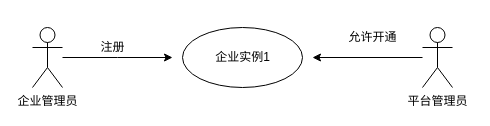
The draw.io diagram page "ent_account_open_00" (1 of 2) of src/home/xiaodan/ent_account.drawio in ab-doc/draw.io, before the edit. Source tidied: cells renumbered, new cells numbered last; positions are measured from the earlier drawing's top-left corner, leaving out a move shared by most shapes. Both pictures are drawn from the tidied source at 100%, with x=0, y=0 at pixel (32, 27).
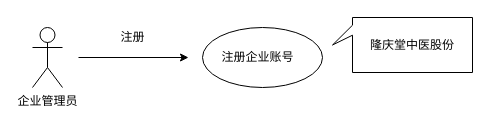
The same page after the edit.

What changed in the source:
```diff
@@
 <mxGraphModel>
   <root>
     <mxCell id="0" />
     <mxCell id="1" parent="0" />
-    <mxCell id="2" style="edgeStyle=orthogonalEdgeStyle;rounded=0;jettySize=auto;html=1;" parent="1" edge="1" source="3">
+    <mxCell id="2" style="edgeStyle=orthogonalEdgeStyle;rounded=0;orthogonalLoop=1;jettySize=auto;html=1;" parent="1" edge="1">
       <mxGeometry relative="1" as="geometry">
-        <mxPoint x="140" y="30" as="targetPoint" />
+        <mxPoint x="46" y="30" as="sourcePoint" />
+        <mxPoint x="156" y="30" as="targetPoint" />
       </mxGeometry>
     </mxCell>
     <mxCell id="3" value="企业管理员" style="shape=umlActor;verticalLabelPosition=bottom;verticalAlign=top;html=1;" parent="1" vertex="1">
       <mxGeometry width="30" height="60" as="geometry" />
     </mxCell>
     <mxCell id="4" style="ellipse;whiteSpace=wrap;html=1;verticalAlign=top;" parent="1" vertex="1">
-      <mxGeometry x="150" width="120" height="60" as="geometry" />
+      <mxGeometry x="170" width="120" height="60" as="geometry" />
     </mxCell>
-    <mxCell id="5" value="企业实例1" style="text;html=1;align=center;verticalAlign=middle;strokeColor=none;fillColor=none;" parent="1" vertex="1">
-      <mxGeometry x="175" y="20" width="70" height="20" as="geometry" />
-    </mxCell>
-    <mxCell id="6" style="edgeStyle=orthogonalEdgeStyle;rounded=0;jettySize=auto;html=1;" parent="1" edge="1" source="7">
-      <mxGeometry relative="1" as="geometry">
-        <mxPoint x="280" y="30" as="targetPoint" />
-      </mxGeometry>
-    </mxCell>
-    <mxCell id="7" value="平台管理员" style="shape=umlActor;verticalLabelPosition=bottom;verticalAlign=top;html=1;" parent="1" vertex="1">
-      <mxGeometry x="390" width="30" height="60" as="geometry" />
-    </mxCell>
     <mxCell id="8" value="注册" style="text;html=1;align=center;verticalAlign=middle;strokeColor=none;fillColor=none;" parent="1" vertex="1">
-      <mxGeometry x="60" y="10" width="40" height="20" as="geometry" />
+      <mxGeometry x="80" width="40" height="20" as="geometry" />
     </mxCell>
-    <mxCell id="9" value="允许开通" style="text;html=1;align=center;verticalAlign=middle;strokeColor=none;fillColor=none;" parent="1" vertex="1">
-      <mxGeometry x="310" width="60" height="20" as="geometry" />
-    </mxCell>
+    <mxCell id="10" value="隆庆堂中医股份" style="shape=callout;whiteSpace=wrap;html=1;perimeter=calloutPerimeter;direction=south;size=20;position=0.14;base=10;" parent="1" vertex="1">
+      <mxGeometry x="300" y="-10" width="140" height="55" as="geometry" />
+    </mxCell>
+    <mxCell id="11" value="注册企业账号" style="text;html=1;align=center;verticalAlign=middle;strokeColor=none;fillColor=none;" parent="1" vertex="1">
+      <mxGeometry x="180" y="20" width="90" height="20" as="geometry" />
+    </mxCell>
   </root>
 </mxGraphModel>
```
